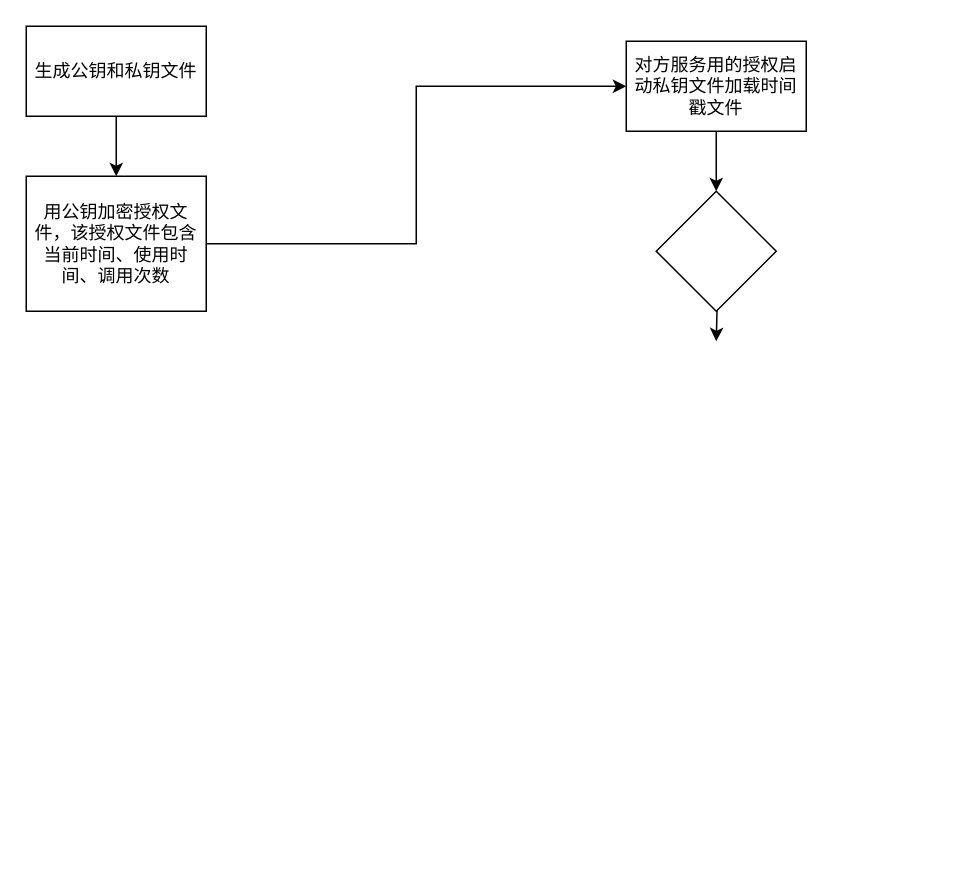
Earlier version of the draw.io diagram Untitled Diagram.drawio (archwolf118/AI). Source tidied: cells renumbered, new cells numbered last; positions are measured from the earlier drawing's top-left corner, leaving out a move shared by most shapes. Both pictures are drawn from the tidied source at 150%, with x=0, y=0 at pixel (26, 26).
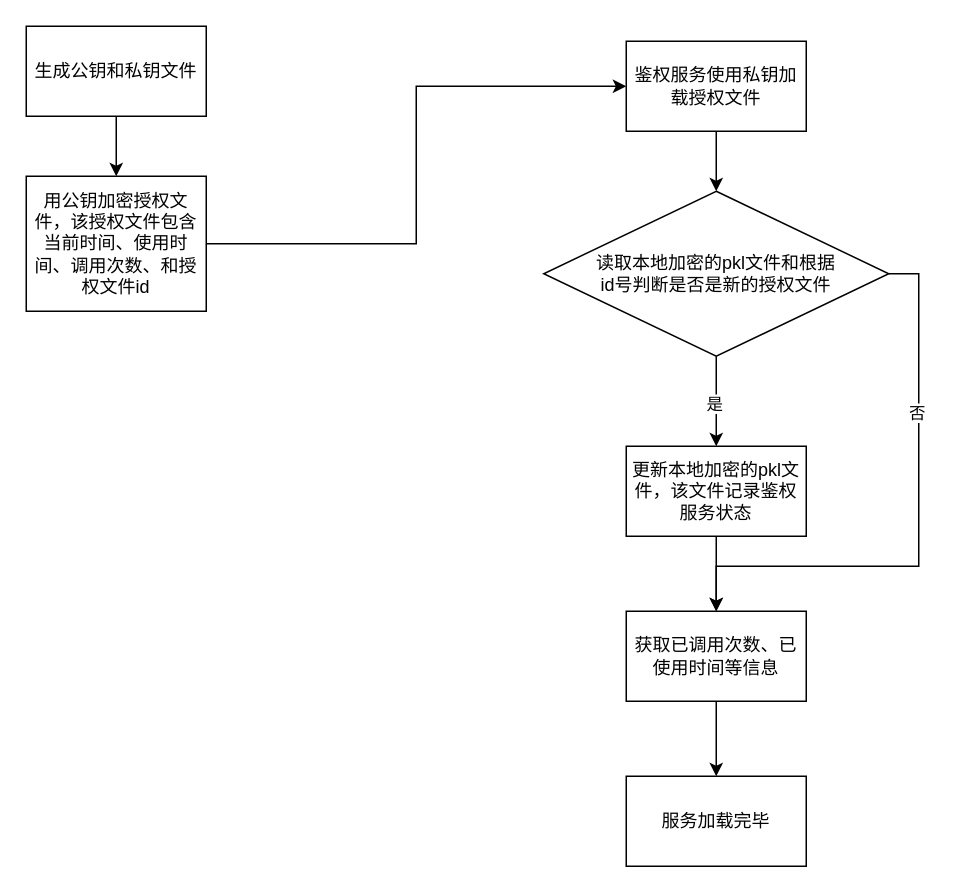
After the change.

Change to the diagram source:
```diff
@@
-    <mxCell id="5" value="用公钥加密授权文件，该授权文件包含当前时间、使用时间、调用次数" style="rounded=0;whiteSpace=wrap;html=1;" parent="1" vertex="1">
+    <mxCell id="5" value="用公钥加密授权文件，该授权文件包含当前时间、使用时间、调用次数、和授权文件id" style="rounded=0;whiteSpace=wrap;html=1;" parent="1" vertex="1">
       <mxGeometry y="100" width="120" height="90" as="geometry" />
     </mxCell>
@@
-    <mxCell id="7" value="对方服务用的授权启动私钥文件加载时间戳文件" style="rounded=0;whiteSpace=wrap;html=1;" parent="1" vertex="1">
+    <mxCell id="7" value="鉴权服务使用私钥加载授权文件" style="rounded=0;whiteSpace=wrap;html=1;" parent="1" vertex="1">
       <mxGeometry x="400" y="10" width="120" height="60" as="geometry" />
     </mxCell>
-    <mxCell id="8" style="edgeStyle=orthogonalEdgeStyle;rounded=0;orthogonalLoop=1;jettySize=auto;html=1;exitX=0.5;exitY=1;exitDx=0;exitDy=0;" parent="1" edge="1">
-      <mxGeometry relative="1" as="geometry">
-        <mxPoint x="460" y="170" as="sourcePoint" />
-        <mxPoint x="460" y="210" as="targetPoint" />
-      </mxGeometry>
-    </mxCell>
+    <mxCell id="10" style="edgeStyle=orthogonalEdgeStyle;rounded=0;jettySize=auto;html=1;exitX=0.5;exitY=1;exitDx=0;exitDy=0;" parent="1" edge="1" source="9" target="15">
+      <mxGeometry relative="1" as="geometry" />
+    </mxCell>
+    <mxCell id="11" value="是" style="edgeLabel;html=1;align=center;verticalAlign=middle;" parent="10" vertex="1">
+      <mxGeometry x="0.03" y="-2" relative="1" as="geometry" />
+    </mxCell>
+    <mxCell id="12" style="edgeStyle=orthogonalEdgeStyle;rounded=0;jettySize=auto;html=1;exitX=1;exitY=0.5;exitDx=0;exitDy=0;entryX=0.5;entryY=0;entryDx=0;entryDy=0;" parent="1" edge="1" source="9" target="17">
+      <mxGeometry relative="1" as="geometry">
+        <Array as="points">
+          <mxPoint x="595" y="165" />
+          <mxPoint x="595" y="360" />
+          <mxPoint x="460" y="360" />
+        </Array>
+      </mxGeometry>
+    </mxCell>
+    <mxCell id="13" value="否" style="edgeLabel;html=1;align=center;verticalAlign=middle;" parent="12" vertex="1">
+      <mxGeometry x="-0.41" y="-2" relative="1" as="geometry" />
+    </mxCell>
-    <mxCell id="9" style="rhombus;whiteSpace=wrap;html=1;" parent="1" vertex="1">
-      <mxGeometry x="420" y="110" width="80" height="80" as="geometry" />
+    <mxCell id="9" value="读取本地加密的pkl文件和根据&lt;div&gt;i&lt;span style=&quot;background-color: initial;&quot;&gt;d号判断是否是新的授权文件&lt;/span&gt;&lt;/div&gt;" style="rhombus;whiteSpace=wrap;html=1;" parent="1" vertex="1">
+      <mxGeometry x="345" y="110" width="230" height="110" as="geometry" />
     </mxCell>
+    <mxCell id="14" style="edgeStyle=orthogonalEdgeStyle;rounded=0;jettySize=auto;html=1;exitX=0.5;exitY=1;exitDx=0;exitDy=0;" parent="1" edge="1" source="15">
+      <mxGeometry relative="1" as="geometry">
+        <mxPoint x="460" y="390" as="targetPoint" />
+      </mxGeometry>
+    </mxCell>
+    <mxCell id="15" value="更新本地加密的pkl文件，该文件记录鉴权服务状态" style="rounded=0;whiteSpace=wrap;html=1;" parent="1" vertex="1">
+      <mxGeometry x="400" y="280" width="120" height="60" as="geometry" />
+    </mxCell>
+    <mxCell id="16" style="edgeStyle=orthogonalEdgeStyle;rounded=0;jettySize=auto;html=1;exitX=0.5;exitY=1;exitDx=0;exitDy=0;" parent="1" edge="1" source="17">
+      <mxGeometry relative="1" as="geometry">
+        <mxPoint x="460" y="500" as="targetPoint" />
+      </mxGeometry>
+    </mxCell>
+    <mxCell id="17" value="获取已调用次数、已使用时间等信息" style="rounded=0;whiteSpace=wrap;html=1;" parent="1" vertex="1">
+      <mxGeometry x="400" y="390" width="120" height="60" as="geometry" />
+    </mxCell>
+    <mxCell id="18" value="服务加载完毕" style="rounded=0;whiteSpace=wrap;html=1;" parent="1" vertex="1">
+      <mxGeometry x="400" y="500" width="120" height="60" as="geometry" />
+    </mxCell>
```
